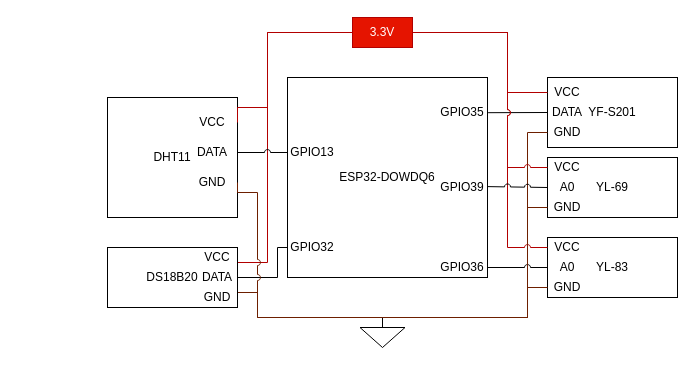
This is page "EspConnections" (4 of 5) of Design/design.drawio from crisanalex08/PiIrrigate, a draw.io file, before an edit. Source tidied: cells renumbered, new cells numbered last; positions are measured from the earlier drawing's top-left corner, leaving out a move shared by most shapes. Both pictures are drawn from the tidied source at 100%, with x=0, y=0 at pixel (17, 17).
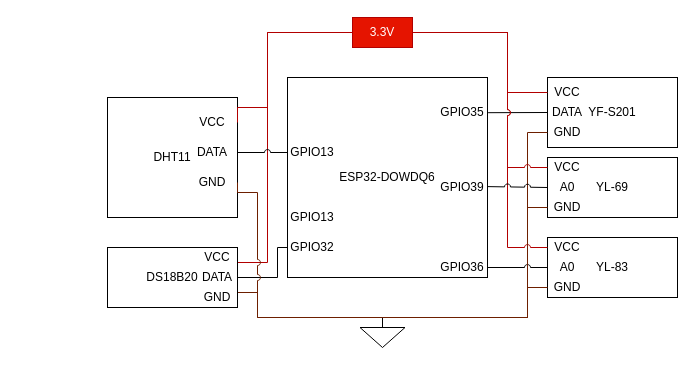
After the change.

The edit, as a diff of the source:
```diff
@@
+    <mxCell id="47" value="GPIO13" style="text;html=1;align=center;verticalAlign=middle;whiteSpace=wrap;rounded=0;rotation=0;" parent="1" vertex="1">
+      <mxGeometry x="270" y="190" width="50" height="20" as="geometry" />
+    </mxCell>
```
